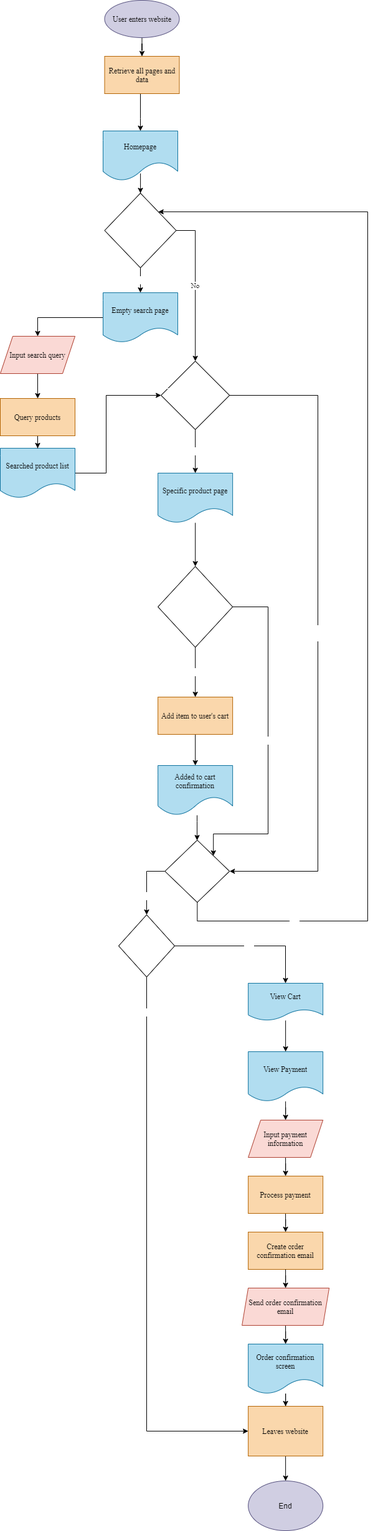
The draw.io diagram part2/part2.drawio.png in ycyao216/wi21-cse110-lab4, before a commit. Source tidied: cells renumbered, new cells last; positions are measured from the earlier drawing's top-left corner, leaving out a move shared by most shapes.
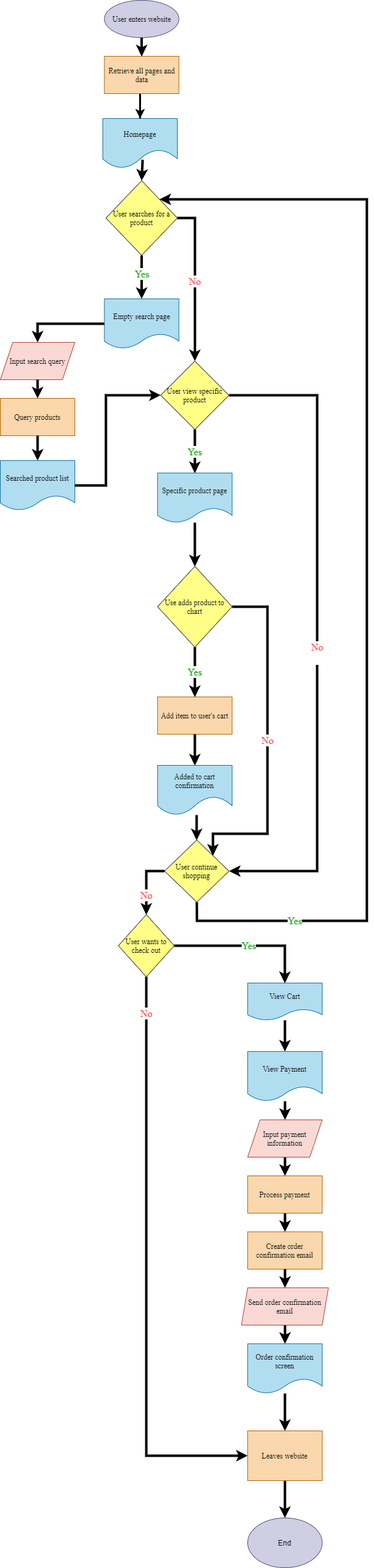
The same diagram one commit later.

Commit message:
modified part2 diagram for dark background

Change to the diagram source:
```diff
@@ -10,33 +10,13 @@
     </mxCell>
-    <mxCell id="4" value="Yes&lt;br&gt;" style="edgeStyle=orthogonalEdgeStyle;rounded=0;jettySize=auto;html=1;fontFamily=Times New Roman;fontColor=#FFFFFF;exitX=0.5;exitY=1;exitDx=0;exitDy=0;entryX=0.5;entryY=0;entryDx=0;entryDy=0;" parent="1" edge="1" source="6" target="48">
-      <mxGeometry relative="1" as="geometry" />
-    </mxCell>
-    <mxCell id="5" value="No&lt;br&gt;" style="edgeStyle=orthogonalEdgeStyle;rounded=0;jettySize=auto;html=1;exitX=1;exitY=0.5;exitDx=0;exitDy=0;entryX=0.5;entryY=0;entryDx=0;entryDy=0;fontFamily=Times New Roman;" parent="1" edge="1" source="6" target="14">
-      <mxGeometry relative="1" as="geometry" />
-    </mxCell>
-    <mxCell id="6" value="User searches for a product" style="rhombus;html=1;fontFamily=Times New Roman;whiteSpace=wrap;fontColor=#FFFFFF;" parent="1" vertex="1">
-      <mxGeometry x="167.5" y="310" width="115" height="120" as="geometry" />
+    <mxCell id="6" value="User searches for a product" style="rhombus;html=1;fontFamily=Times New Roman;whiteSpace=wrap;fillColor=#ffff88;strokeColor=#36393d;fontColor=#000000;" parent="1" vertex="1">
+      <mxGeometry x="170" y="290" width="115" height="120" as="geometry" />
     </mxCell>
-    <mxCell id="7" style="edgeStyle=orthogonalEdgeStyle;rounded=0;jettySize=auto;html=1;fontFamily=Times New Roman;fontColor=#000000;" parent="1" edge="1" source="8" target="46">
-      <mxGeometry relative="1" as="geometry" />
-    </mxCell>
     <mxCell id="8" value="&lt;font color=&quot;#000000&quot;&gt;Input search query&lt;/font&gt;" style="shape=parallelogram;perimeter=parallelogramPerimeter;whiteSpace=wrap;html=1;fixedSize=1;fontFamily=Times New Roman;fillColor=#fad9d5;strokeColor=#ae4132;" parent="1" vertex="1">
-      <mxGeometry y="540" width="120" height="60" as="geometry" />
+      <mxGeometry y="550" width="120" height="60" as="geometry" />
     </mxCell>
-    <mxCell id="9" style="edgeStyle=orthogonalEdgeStyle;rounded=0;jettySize=auto;html=1;fontFamily=Times New Roman;fontColor=#FFFFFF;exitX=1;exitY=0.5;exitDx=0;exitDy=0;entryX=0;entryY=0.5;entryDx=0;entryDy=0;" parent="1" edge="1" source="10" target="14">
-      <mxGeometry relative="1" as="geometry">
-        <Array as="points">
-          <mxPoint x="170" y="760" />
-          <mxPoint x="170" y="635" />
-        </Array>
-      </mxGeometry>
-    </mxCell>
     <mxCell id="10" value="&lt;font&gt;Searched product list&lt;/font&gt;" style="shape=document;whiteSpace=wrap;html=1;boundedLbl=1;fontFamily=Times New Roman;fillColor=#b1ddf0;strokeColor=#10739e;fontColor=#000000;" parent="1" vertex="1">
-      <mxGeometry y="720" width="120" height="80" as="geometry" />
+      <mxGeometry y="740" width="120" height="80" as="geometry" />
     </mxCell>
-    <mxCell id="11" style="edgeStyle=orthogonalEdgeStyle;rounded=0;jettySize=auto;html=1;exitX=0.501;exitY=0.855;exitDx=0;exitDy=0;exitPerimeter=0;" parent="1" edge="1" source="12" target="6">
-      <mxGeometry relative="1" as="geometry" />
-    </mxCell>
     <mxCell id="12" value="&lt;font color=&quot;#000000&quot;&gt;Homepage&lt;/font&gt;" style="shape=document;whiteSpace=wrap;html=1;boundedLbl=1;fontFamily=Times New Roman;fillColor=#b1ddf0;strokeColor=#10739e;size=0.375;" parent="1" vertex="1">
-      <mxGeometry x="165" y="210" width="120" height="80" as="geometry" />
+      <mxGeometry x="165" y="190" width="120" height="80" as="geometry" />
     </mxCell>
@@ -45,3 +25,3 @@
     </mxCell>
-    <mxCell id="14" value="User view specific product" style="rhombus;whiteSpace=wrap;html=1;fontFamily=Times New Roman;fontColor=#FFFFFF;" parent="1" vertex="1">
+    <mxCell id="14" value="User view specific product" style="rhombus;whiteSpace=wrap;html=1;fontFamily=Times New Roman;fillColor=#ffff88;strokeColor=#36393d;fontColor=#000000;" parent="1" vertex="1">
       <mxGeometry x="258.1" y="580" width="110" height="110" as="geometry" />
@@ -57,3 +37,3 @@
     </mxCell>
-    <mxCell id="18" value="&lt;font color=&quot;#ffffff&quot;&gt;Use adds product to chart&lt;/font&gt;" style="rhombus;whiteSpace=wrap;html=1;fontFamily=Times New Roman;fontColor=#000000;" parent="1" vertex="1">
+    <mxCell id="18" value="&lt;font&gt;Use adds product to chart&lt;/font&gt;" style="rhombus;whiteSpace=wrap;html=1;fontFamily=Times New Roman;fillColor=#ffff88;strokeColor=#36393d;fontColor=#000000;" parent="1" vertex="1">
       <mxGeometry x="253.1" y="910" width="120" height="130" as="geometry" />
@@ -74,11 +54,2 @@
     </mxCell>
-    <mxCell id="22" value="Yes" style="edgeStyle=orthogonalEdgeStyle;rounded=0;jettySize=auto;html=1;fontFamily=Times New Roman;fontColor=#FFFFFF;entryX=1;entryY=0;entryDx=0;entryDy=0;" parent="1" edge="1" source="24" target="6">
-      <mxGeometry x="-0.79" relative="1" as="geometry">
-        <Array as="points">
-          <mxPoint x="316" y="1480" />
-          <mxPoint x="590" y="1480" />
-          <mxPoint x="590" y="340" />
-        </Array>
-      </mxGeometry>
-    </mxCell>
     <mxCell id="23" value="No" style="edgeStyle=orthogonalEdgeStyle;rounded=0;jettySize=auto;html=1;exitX=0;exitY=0.5;exitDx=0;exitDy=0;fontFamily=Times New Roman;fontColor=#FFFFFF;" parent="1" edge="1" source="24" target="30">
@@ -86,3 +57,3 @@
     </mxCell>
-    <mxCell id="24" value="&lt;font color=&quot;#ffffff&quot;&gt;User continue shopping&lt;/font&gt;" style="rhombus;whiteSpace=wrap;html=1;fontFamily=Times New Roman;fontColor=#000000;" parent="1" vertex="1">
+    <mxCell id="24" value="&lt;font&gt;User continue shopping&lt;/font&gt;" style="rhombus;whiteSpace=wrap;html=1;fontFamily=Times New Roman;fillColor=#ffff88;strokeColor=#36393d;fontColor=#000000;" parent="1" vertex="1">
       <mxGeometry x="264.4" y="1350" width="103.8" height="100" as="geometry" />
@@ -101,10 +72,2 @@
     </mxCell>
-    <mxCell id="27" value="&lt;font color=&quot;#ffffff&quot;&gt;No&lt;br&gt;&lt;br&gt;&lt;/font&gt;" style="edgeStyle=orthogonalEdgeStyle;rounded=0;jettySize=auto;html=1;exitX=1;exitY=0.5;exitDx=0;exitDy=0;fontFamily=Times New Roman;fontColor=#000000;entryX=1;entryY=0.5;entryDx=0;entryDy=0;" parent="1" edge="1" source="14" target="24">
-      <mxGeometry relative="1" as="geometry">
-        <Array as="points">
-          <mxPoint x="510" y="635" />
-          <mxPoint x="510" y="1400" />
-        </Array>
-      </mxGeometry>
-    </mxCell>
     <mxCell id="28" value="Yes" style="edgeStyle=orthogonalEdgeStyle;rounded=0;jettySize=auto;html=1;fontFamily=Times New Roman;fontColor=#FFFFFF;" parent="1" edge="1" source="30" target="32">
@@ -116,3 +79,3 @@
     </mxCell>
-    <mxCell id="29" value="No" style="edgeStyle=orthogonalEdgeStyle;rounded=0;jettySize=auto;html=1;exitX=0.5;exitY=1;exitDx=0;exitDy=0;entryX=0;entryY=0.5;entryDx=0;entryDy=0;fontFamily=Times New Roman;fontColor=#FFFFFF;" parent="1" edge="1" source="30" target="44">
+    <mxCell id="29" value="No" style="edgeStyle=orthogonalEdgeStyle;rounded=0;jettySize=auto;html=1;exitX=0.5;exitY=1;exitDx=0;exitDy=0;entryX=0;entryY=0.5;entryDx=0;entryDy=0;fontFamily=Times New Roman;strokeWidth=4;fontSize=16;fontColor=#FF3333;" parent="1" edge="1" source="30" target="44">
       <mxGeometry x="-0.88" relative="1" as="geometry">
@@ -121,6 +84,6 @@
     </mxCell>
-    <mxCell id="30" value="User wants to check out" style="rhombus;whiteSpace=wrap;html=1;fontFamily=Times New Roman;fontColor=#FFFFFF;" parent="1" vertex="1">
+    <mxCell id="30" value="User wants to check out" style="rhombus;whiteSpace=wrap;html=1;fontFamily=Times New Roman;fillColor=#ffff88;strokeColor=#36393d;fontColor=#000000;" parent="1" vertex="1">
       <mxGeometry x="190" y="1470" width="90" height="100" as="geometry" />
     </mxCell>
-    <mxCell id="31" style="edgeStyle=orthogonalEdgeStyle;rounded=0;jettySize=auto;html=1;fontFamily=Times New Roman;fontColor=#000000;" parent="1" edge="1" source="32" target="34">
+    <mxCell id="31" style="edgeStyle=orthogonalEdgeStyle;rounded=0;jettySize=auto;html=1;fontFamily=Times New Roman;fontColor=#000000;strokeWidth=4;" parent="1" edge="1" source="32" target="34">
       <mxGeometry relative="1" as="geometry" />
@@ -130,3 +93,3 @@
     </mxCell>
-    <mxCell id="33" style="edgeStyle=orthogonalEdgeStyle;rounded=0;jettySize=auto;html=1;fontFamily=Times New Roman;fontColor=#000000;" parent="1" edge="1" source="34" target="36">
+    <mxCell id="33" style="edgeStyle=orthogonalEdgeStyle;rounded=0;jettySize=auto;html=1;fontFamily=Times New Roman;fontColor=#000000;strokeWidth=4;" parent="1" edge="1" source="34" target="36">
       <mxGeometry relative="1" as="geometry" />
@@ -136,3 +99,3 @@
     </mxCell>
-    <mxCell id="35" style="edgeStyle=orthogonalEdgeStyle;rounded=0;jettySize=auto;html=1;fontFamily=Times New Roman;fontColor=#000000;" parent="1" edge="1" source="36" target="42">
+    <mxCell id="35" style="edgeStyle=orthogonalEdgeStyle;rounded=0;jettySize=auto;html=1;fontFamily=Times New Roman;fontColor=#000000;strokeWidth=4;" parent="1" edge="1" source="36" target="42">
       <mxGeometry relative="1" as="geometry" />
@@ -142,3 +105,3 @@
     </mxCell>
-    <mxCell id="37" style="edgeStyle=orthogonalEdgeStyle;rounded=0;jettySize=auto;html=1;fontFamily=Times New Roman;fontColor=#000000;" parent="1" edge="1" source="51" target="40">
+    <mxCell id="37" style="edgeStyle=orthogonalEdgeStyle;rounded=0;jettySize=auto;html=1;fontFamily=Times New Roman;fontColor=#000000;strokeWidth=4;" parent="1" edge="1" source="51" target="40">
       <mxGeometry relative="1" as="geometry" />
@@ -148,3 +111,3 @@
     </mxCell>
-    <mxCell id="39" style="edgeStyle=orthogonalEdgeStyle;rounded=0;jettySize=auto;html=1;fontFamily=Times New Roman;fontColor=#000000;" parent="1" edge="1" source="40" target="44">
+    <mxCell id="39" style="edgeStyle=orthogonalEdgeStyle;rounded=0;jettySize=auto;html=1;fontFamily=Times New Roman;fontColor=#000000;strokeWidth=4;" parent="1" edge="1" source="40" target="44">
       <mxGeometry relative="1" as="geometry" />
@@ -154,3 +117,3 @@
     </mxCell>
-    <mxCell id="41" style="edgeStyle=orthogonalEdgeStyle;rounded=0;jettySize=auto;html=1;fontFamily=Times New Roman;fontColor=#000000;" parent="1" edge="1" source="42" target="38">
+    <mxCell id="41" style="edgeStyle=orthogonalEdgeStyle;rounded=0;jettySize=auto;html=1;fontFamily=Times New Roman;fontColor=#000000;strokeWidth=4;" parent="1" edge="1" source="42" target="38">
       <mxGeometry relative="1" as="geometry" />
@@ -160,3 +123,3 @@
     </mxCell>
-    <mxCell id="43" style="edgeStyle=orthogonalEdgeStyle;rounded=0;jettySize=auto;html=1;" parent="1" edge="1" source="44" target="53">
+    <mxCell id="43" style="edgeStyle=orthogonalEdgeStyle;rounded=0;jettySize=auto;html=1;strokeWidth=4;" parent="1" edge="1" source="44" target="53">
       <mxGeometry relative="1" as="geometry" />
@@ -164,7 +127,4 @@
     <mxCell id="44" value="&lt;font color=&quot;#000000&quot;&gt;Leaves website&lt;/font&gt;" style="rectangle;whiteSpace=wrap;html=1;strokeColor=#b46504;fontFamily=Times New Roman;fillColor=#fad7ac;" parent="1" vertex="1">
-      <mxGeometry x="398.1" y="2260" width="120" height="80" as="geometry" />
+      <mxGeometry x="398.1" y="2300" width="120" height="80" as="geometry" />
     </mxCell>
-    <mxCell id="45" style="edgeStyle=orthogonalEdgeStyle;rounded=0;jettySize=auto;html=1;fontFamily=Times New Roman;fontColor=#000000;" parent="1" edge="1" source="46" target="10">
-      <mxGeometry relative="1" as="geometry" />
-    </mxCell>
     <mxCell id="46" value="Query products" style="rounded=0;whiteSpace=wrap;html=1;strokeColor=#b46504;fontFamily=Times New Roman;fillColor=#fad7ac;fontColor=#000000;" parent="1" vertex="1">
@@ -172,9 +132,6 @@
     </mxCell>
-    <mxCell id="47" style="edgeStyle=orthogonalEdgeStyle;rounded=0;jettySize=auto;html=1;exitX=0;exitY=0.5;exitDx=0;exitDy=0;entryX=0.5;entryY=0;entryDx=0;entryDy=0;fontFamily=Times New Roman;fontColor=#000000;" parent="1" edge="1" source="48" target="8">
-      <mxGeometry relative="1" as="geometry" />
-    </mxCell>
     <mxCell id="48" value="Empty search page" style="shape=document;whiteSpace=wrap;html=1;boundedLbl=1;fontFamily=Times New Roman;fillColor=#b1ddf0;strokeColor=#10739e;fontColor=#000000;" parent="1" vertex="1">
-      <mxGeometry x="165" y="470" width="120" height="80" as="geometry" />
+      <mxGeometry x="167.5" y="480" width="120" height="80" as="geometry" />
     </mxCell>
-    <mxCell id="49" style="edgeStyle=orthogonalEdgeStyle;rounded=0;jettySize=auto;html=1;fontFamily=Times New Roman;fontColor=#000000;" parent="1" edge="1" source="50" target="12">
+    <mxCell id="49" style="edgeStyle=orthogonalEdgeStyle;rounded=0;jettySize=auto;html=1;fontFamily=Times New Roman;fontColor=#000000;shadow=0;targetPerimeterSpacing=0;strokeWidth=3;" parent="1" edge="1" source="50" target="12">
       <mxGeometry relative="1" as="geometry">
@@ -192,3 +149,3 @@
     </mxCell>
-    <mxCell id="52" style="edgeStyle=orthogonalEdgeStyle;rounded=0;jettySize=auto;html=1;fontFamily=Times New Roman;fontColor=#000000;" parent="1" edge="1" source="38" target="51">
+    <mxCell id="52" style="edgeStyle=orthogonalEdgeStyle;rounded=0;jettySize=auto;html=1;fontFamily=Times New Roman;fontColor=#000000;strokeWidth=4;" parent="1" edge="1" source="38" target="51">
       <mxGeometry relative="1" as="geometry" />
@@ -196,4 +153,130 @@
     <mxCell id="53" value="End" style="ellipse;whiteSpace=wrap;html=1;fillColor=#d0cee2;strokeColor=#56517e;fontColor=#000000;" parent="1" vertex="1">
-      <mxGeometry x="398.1" y="2380" width="120" height="80" as="geometry" />
+      <mxGeometry x="398.1" y="2440" width="120" height="80" as="geometry" />
     </mxCell>
+    <mxCell id="54" style="edgeStyle=orthogonalEdgeStyle;rounded=0;orthogonalLoop=1;jettySize=auto;html=1;fontFamily=Times New Roman;fontColor=#000000;strokeWidth=4;" parent="1" edge="1">
+      <mxGeometry relative="1" as="geometry">
+        <mxPoint x="227.5" y="60" as="sourcePoint" />
+        <mxPoint x="227.5" y="90" as="targetPoint" />
+      </mxGeometry>
+    </mxCell>
+    <mxCell id="11" style="edgeStyle=orthogonalEdgeStyle;rounded=0;jettySize=auto;html=1;exitX=0.534;exitY=0.829;exitDx=0;exitDy=0;exitPerimeter=0;strokeWidth=4;entryX=0.5;entryY=0;entryDx=0;entryDy=0;" parent="1" edge="1" source="12" target="6">
+      <mxGeometry relative="1" as="geometry" />
+    </mxCell>
+    <mxCell id="55" value="Yes" style="edgeStyle=orthogonalEdgeStyle;rounded=0;jettySize=auto;html=1;fontFamily=Times New Roman;entryX=1;entryY=0;entryDx=0;entryDy=0;strokeWidth=4;fontSize=16;fontColor=#009900;" parent="1" edge="1" target="6">
+      <mxGeometry x="-0.79" relative="1" as="geometry">
+        <mxPoint x="316.3" y="1449.9" as="sourcePoint" />
+        <Array as="points">
+          <mxPoint x="316" y="1480" />
+          <mxPoint x="590" y="1480" />
+          <mxPoint x="590" y="320" />
+        </Array>
+      </mxGeometry>
+    </mxCell>
+    <mxCell id="56" value="No&lt;br style=&quot;font-size: 16px;&quot;&gt;" style="edgeStyle=orthogonalEdgeStyle;rounded=0;jettySize=auto;html=1;exitX=1;exitY=0.5;exitDx=0;exitDy=0;entryX=0.5;entryY=0;entryDx=0;entryDy=0;fontFamily=Times New Roman;strokeWidth=4;fontSize=16;fontColor=#FF3333;" parent="1" edge="1" source="6">
+      <mxGeometry relative="1" as="geometry">
+        <mxPoint x="313.1" y="580" as="targetPoint" />
+      </mxGeometry>
+    </mxCell>
+    <mxCell id="4" value="Yes&lt;br style=&quot;font-size: 16px;&quot;&gt;" style="edgeStyle=orthogonalEdgeStyle;rounded=0;jettySize=auto;html=1;fontFamily=Times New Roman;exitX=0.5;exitY=1;exitDx=0;exitDy=0;entryX=0.5;entryY=0;entryDx=0;entryDy=0;strokeWidth=4;fontSize=16;fontColor=#009900;" parent="1" edge="1" source="6" target="48">
+      <mxGeometry x="-0.14" relative="1" as="geometry" />
+    </mxCell>
+    <mxCell id="57" style="edgeStyle=orthogonalEdgeStyle;rounded=0;jettySize=auto;html=1;fontFamily=Times New Roman;fontColor=#FFFFFF;exitX=1;exitY=0.5;exitDx=0;exitDy=0;entryX=0;entryY=0.5;entryDx=0;entryDy=0;strokeWidth=4;" parent="1" edge="1" source="10">
+      <mxGeometry relative="1" as="geometry">
+        <mxPoint x="258.1" y="635" as="targetPoint" />
+        <Array as="points">
+          <mxPoint x="170" y="780" />
+          <mxPoint x="170" y="635" />
+        </Array>
+      </mxGeometry>
+    </mxCell>
+    <mxCell id="47" style="edgeStyle=orthogonalEdgeStyle;rounded=0;jettySize=auto;html=1;entryX=0.5;entryY=0;entryDx=0;entryDy=0;fontFamily=Times New Roman;fontColor=#000000;strokeWidth=4;exitX=0;exitY=0.5;exitDx=0;exitDy=0;" parent="1" edge="1" source="48" target="8">
+      <mxGeometry relative="1" as="geometry">
+        <Array as="points">
+          <mxPoint x="60" y="520" />
+        </Array>
+      </mxGeometry>
+    </mxCell>
+    <mxCell id="58" style="edgeStyle=orthogonalEdgeStyle;rounded=0;jettySize=auto;html=1;fontFamily=Times New Roman;fontColor=#000000;strokeWidth=4;exitX=0.5;exitY=1;exitDx=0;exitDy=0;" parent="1" edge="1" source="8">
+      <mxGeometry relative="1" as="geometry">
+        <mxPoint x="60" y="640" as="targetPoint" />
+      </mxGeometry>
+    </mxCell>
+    <mxCell id="59" style="edgeStyle=orthogonalEdgeStyle;rounded=0;jettySize=auto;html=1;fontFamily=Times New Roman;fontColor=#000000;strokeWidth=4;entryX=0.5;entryY=0;entryDx=0;entryDy=0;" parent="1" edge="1" target="10">
+      <mxGeometry relative="1" as="geometry">
+        <mxPoint x="60" y="700" as="sourcePoint" />
+      </mxGeometry>
+    </mxCell>
+    <mxCell id="60" value="&lt;font style=&quot;font-size: 16px;&quot;&gt;No&lt;br style=&quot;font-size: 16px;&quot;&gt;&lt;br style=&quot;font-size: 16px;&quot;&gt;&lt;/font&gt;" style="edgeStyle=orthogonalEdgeStyle;rounded=0;orthogonalLoop=1;jettySize=auto;html=1;exitX=1;exitY=0.5;exitDx=0;exitDy=0;fontFamily=Times New Roman;entryX=1;entryY=0.5;entryDx=0;entryDy=0;strokeWidth=4;fontSize=16;fontColor=#FF3333;spacing=2;" parent="1" edge="1">
+      <mxGeometry x="0.06" relative="1" as="geometry">
+        <mxPoint x="368.1" y="635" as="sourcePoint" />
+        <mxPoint x="368.1" y="1400" as="targetPoint" />
+        <Array as="points">
+          <mxPoint x="510" y="635" />
+          <mxPoint x="510" y="1400" />
+        </Array>
+      </mxGeometry>
+    </mxCell>
+    <mxCell id="61" value="Yes" style="edgeStyle=orthogonalEdgeStyle;rounded=0;orthogonalLoop=1;jettySize=auto;html=1;fontFamily=Times New Roman;entryX=0.5;entryY=0;entryDx=0;entryDy=0;strokeWidth=4;fontSize=16;fontColor=#009900;" parent="1" edge="1">
+      <mxGeometry relative="1" as="geometry">
+        <mxPoint x="313.1" y="690" as="sourcePoint" />
+        <mxPoint x="313.1" y="760" as="targetPoint" />
+      </mxGeometry>
+    </mxCell>
+    <mxCell id="62" style="edgeStyle=orthogonalEdgeStyle;rounded=0;orthogonalLoop=1;jettySize=auto;html=1;fontFamily=Times New Roman;fontColor=#000000;strokeWidth=4;" parent="1" edge="1">
+      <mxGeometry relative="1" as="geometry">
+        <mxPoint x="313.1" y="840" as="sourcePoint" />
+        <mxPoint x="313.1" y="910" as="targetPoint" />
+      </mxGeometry>
+    </mxCell>
+    <mxCell id="63" value="No" style="edgeStyle=orthogonalEdgeStyle;rounded=0;orthogonalLoop=1;jettySize=auto;html=1;exitX=1;exitY=0.5;exitDx=0;exitDy=0;fontFamily=Times New Roman;entryX=1;entryY=0;entryDx=0;entryDy=0;strokeWidth=4;fontSize=16;fontColor=#FF3333;" parent="1" edge="1">
+      <mxGeometry relative="1" as="geometry">
+        <mxPoint x="373.1" y="975" as="sourcePoint" />
+        <mxPoint x="342.2" y="1375" as="targetPoint" />
+        <Array as="points">
+          <mxPoint x="430" y="975" />
+          <mxPoint x="430" y="1340" />
+          <mxPoint x="342" y="1340" />
+        </Array>
+      </mxGeometry>
+    </mxCell>
+    <mxCell id="64" value="Yes" style="edgeStyle=orthogonalEdgeStyle;rounded=0;orthogonalLoop=1;jettySize=auto;html=1;fontFamily=Times New Roman;strokeWidth=4;fontSize=16;fontColor=#009900;" parent="1" edge="1">
+      <mxGeometry relative="1" as="geometry">
+        <mxPoint x="313.1" y="1040" as="sourcePoint" />
+        <mxPoint x="313.1" y="1120" as="targetPoint" />
+      </mxGeometry>
+    </mxCell>
+    <mxCell id="65" style="edgeStyle=orthogonalEdgeStyle;rounded=0;orthogonalLoop=1;jettySize=auto;html=1;fontFamily=Times New Roman;fontColor=#000000;strokeWidth=4;" parent="1" edge="1">
+      <mxGeometry relative="1" as="geometry">
+        <mxPoint x="313.1" y="1180" as="sourcePoint" />
+        <mxPoint x="313.1" y="1230" as="targetPoint" />
+      </mxGeometry>
+    </mxCell>
+    <mxCell id="66" style="edgeStyle=orthogonalEdgeStyle;rounded=0;orthogonalLoop=1;jettySize=auto;html=1;fontFamily=Times New Roman;fontColor=#FFFFFF;strokeWidth=4;" parent="1" edge="1">
+      <mxGeometry relative="1" as="geometry">
+        <mxPoint x="316" y="1310" as="sourcePoint" />
+        <mxPoint x="316" y="1350.2" as="targetPoint" />
+        <Array as="points">
+          <mxPoint x="316" y="1320" />
+          <mxPoint x="316" y="1320" />
+        </Array>
+      </mxGeometry>
+    </mxCell>
+    <mxCell id="67" value="No" style="edgeStyle=orthogonalEdgeStyle;rounded=0;orthogonalLoop=1;jettySize=auto;html=1;exitX=0;exitY=0.5;exitDx=0;exitDy=0;fontFamily=Times New Roman;strokeWidth=4;fontSize=16;fontColor=#FF3333;" parent="1" edge="1">
+      <mxGeometry x="0.38" relative="1" as="geometry">
+        <mxPoint x="264.4" y="1400" as="sourcePoint" />
+        <mxPoint x="235" y="1470" as="targetPoint" />
+        <Array as="points">
+          <mxPoint x="235" y="1400" />
+        </Array>
+      </mxGeometry>
+    </mxCell>
+    <mxCell id="68" value="Yes" style="edgeStyle=orthogonalEdgeStyle;rounded=0;orthogonalLoop=1;jettySize=auto;html=1;fontFamily=Times New Roman;strokeWidth=4;fontSize=16;fontColor=#009900;" parent="1" edge="1">
+      <mxGeometry relative="1" as="geometry">
+        <mxPoint x="280" y="1520" as="sourcePoint" />
+        <mxPoint x="458" y="1580" as="targetPoint" />
+        <Array as="points">
+          <mxPoint x="458" y="1520" />
+        </Array>
+      </mxGeometry>
+    </mxCell>
   </root>
```
